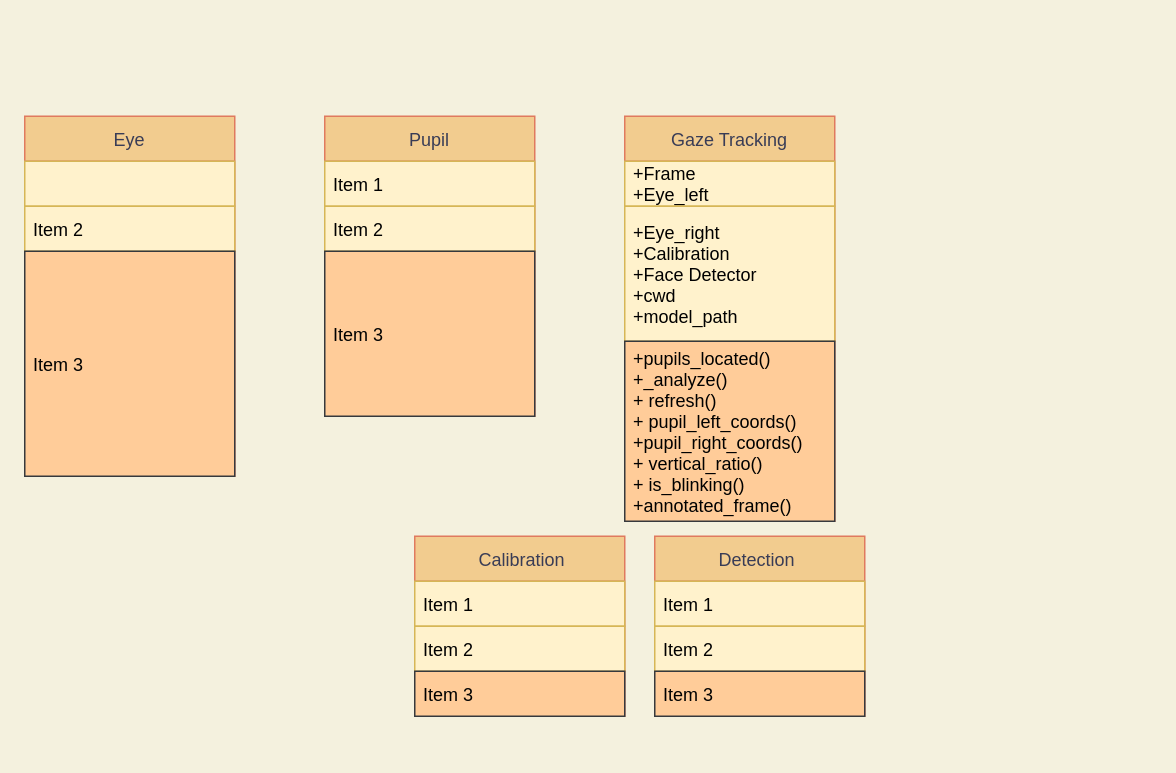
Earlier version of the draw.io diagram Untitled Diagram.drawio (Surawg1/-My-project). Source tidied: cells renumbered, new cells numbered last; positions are measured from the earlier drawing's top-left corner, leaving out a move shared by most shapes. Both pictures are drawn from the tidied source at 150%, with x=0, y=0 at pixel (24, 116).
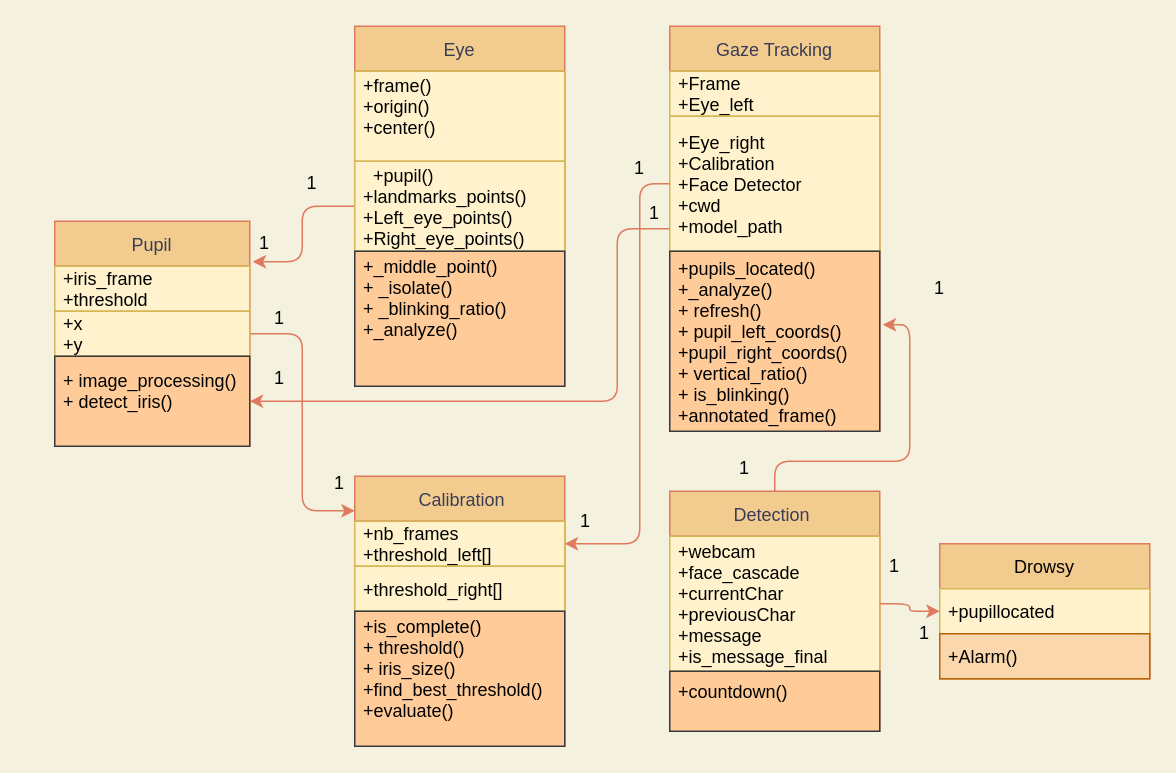
The same diagram, later.

Unchanged cells that the change refers to:
```xml
<mxCell id="12" value="+Eye_right&#10;+Calibration&#10;+Face Detector&#10;+cwd&#10;+model_path" style="text;strokeColor=#d6b656;fillColor=#fff2cc;align=left;verticalAlign=middle;spacingLeft=4;spacingRight=4;overflow=hidden;points=[[0,0.5],[1,0.5]];portConstraint=eastwest;" parent="10" vertex="1">
  <mxGeometry y="60" width="140" height="90" as="geometry" />
</mxCell>
<mxCell id="13" value="+pupils_located()&#10;+_analyze()&#10;+ refresh()&#10;+ pupil_left_coords()&#10;+pupil_right_coords()&#10;+ vertical_ratio()&#10;+ is_blinking()&#10;+annotated_frame()" style="text;strokeColor=#36393d;fillColor=#ffcc99;align=left;verticalAlign=middle;spacingLeft=4;spacingRight=4;overflow=hidden;points=[[0,0.5],[1,0.5]];portConstraint=eastwest;fontColor=#000000;labelBackgroundColor=none;" parent="10" vertex="1">
  <mxGeometry y="150" width="140" height="120" as="geometry" />
</mxCell>
```

The edit, as a diff of the source:
```diff
@@
+    <mxCell id="22" style="edgeStyle=orthogonalEdgeStyle;curved=0;rounded=1;sketch=0;jettySize=auto;html=1;entryX=0;entryY=0.128;entryDx=0;entryDy=0;entryPerimeter=0;fontColor=#000000;strokeColor=#E07A5F;fillColor=#F2CC8F;" parent="1" edge="1" source="2" target="18">
+      <mxGeometry relative="1" as="geometry" />
+    </mxCell>
-    <mxCell id="2" value="Eye" style="swimlane;fontStyle=0;horizontal=1;startSize=30;fillColor=#F2CC8F;strokeColor=#E07A5F;fontColor=#393C56;" parent="1" vertex="1">
-      <mxGeometry width="140" height="240" as="geometry" />
+    <mxCell id="2" value="Pupil" style="swimlane;fontStyle=0;horizontal=1;startSize=30;fillColor=#F2CC8F;strokeColor=#E07A5F;fontColor=#393C56;" parent="1" vertex="1">
+      <mxGeometry x="20" y="70" width="130" height="150" as="geometry" />
     </mxCell>
-    <mxCell id="3" value=" " style="text;strokeColor=#d6b656;fillColor=#fff2cc;align=left;verticalAlign=middle;spacingLeft=4;spacingRight=4;overflow=hidden;points=[[0,0.5],[1,0.5]];portConstraint=eastwest;" parent="2" vertex="1">
-      <mxGeometry y="30" width="140" height="30" as="geometry" />
+    <mxCell id="3" value="+iris_frame&#10;+threshold&#10;" style="text;strokeColor=#d6b656;fillColor=#fff2cc;align=left;verticalAlign=middle;spacingLeft=4;spacingRight=4;overflow=hidden;points=[[0,0.5],[1,0.5]];portConstraint=eastwest;" parent="2" vertex="1">
+      <mxGeometry y="30" width="130" height="30" as="geometry" />
     </mxCell>
-    <mxCell id="4" value="Item 2" style="text;strokeColor=#d6b656;fillColor=#fff2cc;align=left;verticalAlign=middle;spacingLeft=4;spacingRight=4;overflow=hidden;" parent="2" vertex="1">
-      <mxGeometry y="60" width="140" height="30" as="geometry" />
+    <mxCell id="4" value="+x&#10;+y" style="text;strokeColor=#d6b656;fillColor=#fff2cc;align=left;verticalAlign=middle;spacingLeft=4;spacingRight=4;overflow=hidden;" parent="2" vertex="1">
+      <mxGeometry y="60" width="130" height="30" as="geometry" />
     </mxCell>
-    <mxCell id="5" value="Item 3" style="text;strokeColor=#36393d;fillColor=#ffcc99;align=left;verticalAlign=middle;spacingLeft=4;spacingRight=4;overflow=hidden;points=[[0,0.5],[1,0.5]];portConstraint=eastwest;" parent="2" vertex="1">
-      <mxGeometry y="90" width="140" height="150" as="geometry" />
+    <mxCell id="5" value="+ image_processing()&#10;+ detect_iris()&#10;" style="text;strokeColor=#36393d;fillColor=#ffcc99;align=left;verticalAlign=middle;spacingLeft=4;spacingRight=4;overflow=hidden;points=[[0,0.5],[1,0.5]];portConstraint=eastwest;" parent="2" vertex="1">
+      <mxGeometry y="90" width="130" height="60" as="geometry" />
     </mxCell>
+    <mxCell id="23" style="edgeStyle=orthogonalEdgeStyle;curved=0;rounded=1;sketch=0;jettySize=auto;html=1;entryX=1.015;entryY=-0.1;entryDx=0;entryDy=0;entryPerimeter=0;fontColor=#000000;strokeColor=#E07A5F;fillColor=#F2CC8F;" parent="1" edge="1" source="6" target="3">
+      <mxGeometry relative="1" as="geometry" />
+    </mxCell>
-    <mxCell id="6" value="Pupil" style="swimlane;fontStyle=0;horizontal=1;startSize=30;fillColor=#F2CC8F;strokeColor=#E07A5F;fontColor=#393C56;" parent="1" vertex="1">
-      <mxGeometry x="200" width="140" height="200" as="geometry" />
+    <mxCell id="6" value="Eye" style="swimlane;fontStyle=0;horizontal=1;startSize=30;fillColor=#F2CC8F;strokeColor=#E07A5F;fontColor=#393C56;" parent="1" vertex="1">
+      <mxGeometry x="220" y="-60" width="140" height="240" as="geometry" />
     </mxCell>
-    <mxCell id="7" value="Item 1" style="text;strokeColor=#d6b656;fillColor=#fff2cc;align=left;verticalAlign=middle;spacingLeft=4;spacingRight=4;overflow=hidden;" parent="6" vertex="1">
-      <mxGeometry y="30" width="140" height="30" as="geometry" />
+    <mxCell id="7" value="+frame()&#10;+origin()&#10;+center()&#10;" style="text;strokeColor=#d6b656;fillColor=#fff2cc;align=left;verticalAlign=middle;spacingLeft=4;spacingRight=4;overflow=hidden;" parent="6" vertex="1">
+      <mxGeometry y="30" width="140" height="60" as="geometry" />
     </mxCell>
-    <mxCell id="8" value="Item 2" style="text;strokeColor=#d6b656;fillColor=#fff2cc;align=left;verticalAlign=middle;spacingLeft=4;spacingRight=4;overflow=hidden;" parent="6" vertex="1">
-      <mxGeometry y="60" width="140" height="30" as="geometry" />
+    <mxCell id="8" value="  +pupil()&#10;+landmarks_points()&#10;+Left_eye_points()&#10;+Right_eye_points()" style="text;strokeColor=#d6b656;fillColor=#fff2cc;align=left;verticalAlign=middle;spacingLeft=4;spacingRight=4;overflow=hidden;" parent="6" vertex="1">
+      <mxGeometry y="90" width="140" height="60" as="geometry" />
     </mxCell>
-    <mxCell id="9" value="Item 3" style="text;strokeColor=#36393d;fillColor=#ffcc99;align=left;verticalAlign=middle;spacingLeft=4;spacingRight=4;overflow=hidden;" parent="6" vertex="1">
-      <mxGeometry y="90" width="140" height="110" as="geometry" />
+    <mxCell id="9" value="+_middle_point()&#10;+ _isolate()&#10;+ _blinking_ratio()&#10;+_analyze()&#10;&#10;" style="text;strokeColor=#36393d;fillColor=#ffcc99;align=left;verticalAlign=middle;spacingLeft=4;spacingRight=4;overflow=hidden;" parent="6" vertex="1">
+      <mxGeometry y="150" width="140" height="90" as="geometry" />
     </mxCell>
+    <mxCell id="24" style="edgeStyle=orthogonalEdgeStyle;curved=0;rounded=1;sketch=0;jettySize=auto;html=1;fontColor=#000000;strokeColor=#E07A5F;fillColor=#F2CC8F;entryX=1;entryY=0.5;entryDx=0;entryDy=0;" parent="1" edge="1" source="10" target="5">
+      <mxGeometry relative="1" as="geometry">
+        <Array as="points">
+          <mxPoint x="395" y="75" />
+          <mxPoint x="395" y="190" />
+        </Array>
+      </mxGeometry>
+    </mxCell>
     <mxCell id="10" value="Gaze Tracking" style="swimlane;fontStyle=0;horizontal=1;startSize=30;fillColor=#F2CC8F;strokeColor=#E07A5F;fontColor=#393C56;" parent="1" vertex="1">
-      <mxGeometry x="400" width="140" height="270" as="geometry" />
+      <mxGeometry x="430" y="-60" width="140" height="270" as="geometry" />
     </mxCell>
@@
+    <mxCell id="25" style="edgeStyle=orthogonalEdgeStyle;curved=0;rounded=1;sketch=0;jettySize=auto;html=1;entryX=1.014;entryY=0.408;entryDx=0;entryDy=0;entryPerimeter=0;fontColor=#000000;strokeColor=#E07A5F;fillColor=#F2CC8F;" parent="1" edge="1" source="14" target="13">
+      <mxGeometry relative="1" as="geometry" />
+    </mxCell>
     <mxCell id="14" value=" Detection  " style="swimlane;fontStyle=0;horizontal=1;startSize=30;fillColor=#F2CC8F;strokeColor=#E07A5F;fontColor=#393C56;" parent="1" vertex="1">
-      <mxGeometry x="420" y="280" width="140" height="120" as="geometry" />
+      <mxGeometry x="430" y="250" width="140" height="160" as="geometry" />
     </mxCell>
-    <mxCell id="15" value="Item 1" style="text;strokeColor=#d6b656;fillColor=#fff2cc;align=left;verticalAlign=middle;spacingLeft=4;spacingRight=4;overflow=hidden;points=[[0,0.5],[1,0.5]];portConstraint=eastwest;" parent="14" vertex="1">
-      <mxGeometry y="30" width="140" height="30" as="geometry" />
+    <mxCell id="15" value="+webcam&#10;+face_cascade&#10;+currentChar&#10;+previousChar&#10;+message&#10;+is_message_final" style="text;strokeColor=#d6b656;fillColor=#fff2cc;align=left;verticalAlign=middle;spacingLeft=4;spacingRight=4;overflow=hidden;points=[[0,0.5],[1,0.5]];portConstraint=eastwest;" parent="14" vertex="1">
+      <mxGeometry y="30" width="140" height="90" as="geometry" />
     </mxCell>
-    <mxCell id="16" value="Item 2" style="text;strokeColor=#d6b656;fillColor=#fff2cc;align=left;verticalAlign=middle;spacingLeft=4;spacingRight=4;overflow=hidden;" parent="14" vertex="1">
-      <mxGeometry y="60" width="140" height="30" as="geometry" />
+    <mxCell id="16" style="text;strokeColor=#d6b656;fillColor=#fff2cc;align=left;verticalAlign=middle;spacingLeft=4;spacingRight=4;overflow=hidden;" parent="14" vertex="1">
+      <mxGeometry y="120" width="140" as="geometry" />
     </mxCell>
-    <mxCell id="17" value="Item 3" style="text;strokeColor=#36393d;fillColor=#ffcc99;align=left;verticalAlign=middle;spacingLeft=4;spacingRight=4;overflow=hidden;" parent="14" vertex="1">
-      <mxGeometry y="90" width="140" height="30" as="geometry" />
+    <mxCell id="17" value="+countdown()&#10;" style="text;strokeColor=#36393d;fillColor=#ffcc99;align=left;verticalAlign=middle;spacingLeft=4;spacingRight=4;overflow=hidden;" parent="14" vertex="1">
+      <mxGeometry y="120" width="140" height="40" as="geometry" />
     </mxCell>
     <mxCell id="18" value=" Calibration" style="swimlane;fontStyle=0;horizontal=1;startSize=30;fillColor=#F2CC8F;strokeColor=#E07A5F;fontColor=#393C56;" parent="1" vertex="1">
-      <mxGeometry x="260" y="280" width="140" height="120" as="geometry" />
+      <mxGeometry x="220" y="240" width="140" height="180" as="geometry" />
     </mxCell>
-    <mxCell id="19" value="Item 1" style="text;strokeColor=#d6b656;fillColor=#fff2cc;align=left;verticalAlign=middle;spacingLeft=4;spacingRight=4;overflow=hidden;points=[[0,0.5],[1,0.5]];portConstraint=eastwest;" parent="18" vertex="1">
+    <mxCell id="19" value="+nb_frames&#10;+threshold_left[]" style="text;strokeColor=#d6b656;fillColor=#fff2cc;align=left;verticalAlign=middle;spacingLeft=4;spacingRight=4;overflow=hidden;points=[[0,0.5],[1,0.5]];portConstraint=eastwest;" parent="18" vertex="1">
       <mxGeometry y="30" width="140" height="30" as="geometry" />
     </mxCell>
-    <mxCell id="20" value="Item 2" style="text;strokeColor=#d6b656;fillColor=#fff2cc;align=left;verticalAlign=middle;spacingLeft=4;spacingRight=4;overflow=hidden;" parent="18" vertex="1">
+    <mxCell id="20" value="+threshold_right[]" style="text;strokeColor=#d6b656;fillColor=#fff2cc;align=left;verticalAlign=middle;spacingLeft=4;spacingRight=4;overflow=hidden;" parent="18" vertex="1">
       <mxGeometry y="60" width="140" height="30" as="geometry" />
     </mxCell>
-    <mxCell id="21" value="Item 3" style="text;strokeColor=#36393d;fillColor=#ffcc99;align=left;verticalAlign=middle;spacingLeft=4;spacingRight=4;overflow=hidden;" parent="18" vertex="1">
-      <mxGeometry y="90" width="140" height="30" as="geometry" />
+    <mxCell id="21" value="+is_complete()&#10;+ threshold()&#10;+ iris_size()&#10;+find_best_threshold()&#10;+evaluate()&#10;" style="text;strokeColor=#36393d;fillColor=#ffcc99;align=left;verticalAlign=middle;spacingLeft=4;spacingRight=4;overflow=hidden;" parent="18" vertex="1">
+      <mxGeometry y="90" width="140" height="90" as="geometry" />
     </mxCell>
+    <mxCell id="26" value="Drowsy" style="swimlane;fontStyle=0;horizontal=1;startSize=30;rounded=0;labelBackgroundColor=none;sketch=0;fontColor=#000000;strokeColor=#E07A5F;fillColor=#F2CC8F;" parent="1" vertex="1">
+      <mxGeometry x="610" y="285" width="140" height="90" as="geometry" />
+    </mxCell>
+    <mxCell id="27" value="+pupillocated" style="text;strokeColor=#d6b656;fillColor=#fff2cc;align=left;verticalAlign=middle;spacingLeft=4;spacingRight=4;overflow=hidden;rounded=0;labelBackgroundColor=none;sketch=0;" parent="26" vertex="1">
+      <mxGeometry y="30" width="140" height="30" as="geometry" />
+    </mxCell>
+    <mxCell id="28" value="+Alarm()" style="text;strokeColor=#b46504;fillColor=#fad7ac;align=left;verticalAlign=middle;spacingLeft=4;spacingRight=4;overflow=hidden;rounded=0;labelBackgroundColor=none;sketch=0;" parent="26" vertex="1">
+      <mxGeometry y="60" width="140" height="30" as="geometry" />
+    </mxCell>
+    <mxCell id="29" style="edgeStyle=orthogonalEdgeStyle;curved=0;rounded=1;sketch=0;jettySize=auto;html=1;entryX=1;entryY=0.5;entryDx=0;entryDy=0;fontColor=#000000;strokeColor=#E07A5F;fillColor=#F2CC8F;" parent="1" edge="1" source="12" target="19">
+      <mxGeometry relative="1" as="geometry">
+        <Array as="points">
+          <mxPoint x="410" y="45" />
+          <mxPoint x="410" y="285" />
+        </Array>
+      </mxGeometry>
+    </mxCell>
+    <mxCell id="30" style="edgeStyle=orthogonalEdgeStyle;curved=0;rounded=1;sketch=0;jettySize=auto;html=1;fontColor=#000000;strokeColor=#E07A5F;fillColor=#F2CC8F;" parent="1" edge="1" source="15" target="26">
+      <mxGeometry relative="1" as="geometry" />
+    </mxCell>
+    <mxCell id="31" value="1" style="text;html=1;strokeColor=none;fillColor=none;align=center;verticalAlign=middle;whiteSpace=wrap;rounded=0;labelBackgroundColor=none;sketch=0;fontColor=#000000;" parent="1" vertex="1">
+      <mxGeometry x="130" y="70" width="60" height="30" as="geometry" />
+    </mxCell>
+    <mxCell id="32" value="&amp;nbsp;1" style="text;html=1;strokeColor=none;fillColor=none;align=center;verticalAlign=middle;whiteSpace=wrap;rounded=0;labelBackgroundColor=none;sketch=0;fontColor=#000000;" parent="1" vertex="1">
+      <mxGeometry x="160" y="30" width="60" height="30" as="geometry" />
+    </mxCell>
+    <mxCell id="33" value="1" style="text;html=1;strokeColor=none;fillColor=none;align=center;verticalAlign=middle;whiteSpace=wrap;rounded=0;labelBackgroundColor=none;sketch=0;fontColor=#000000;" parent="1" vertex="1">
+      <mxGeometry x="180" y="230" width="60" height="30" as="geometry" />
+    </mxCell>
+    <mxCell id="34" value="1" style="text;html=1;strokeColor=none;fillColor=none;align=center;verticalAlign=middle;whiteSpace=wrap;rounded=0;labelBackgroundColor=none;sketch=0;fontColor=#000000;" parent="1" vertex="1">
+      <mxGeometry x="140" y="120" width="60" height="30" as="geometry" />
+    </mxCell>
+    <mxCell id="35" value="1" style="text;html=1;strokeColor=none;fillColor=none;align=center;verticalAlign=middle;whiteSpace=wrap;rounded=0;labelBackgroundColor=none;sketch=0;fontColor=#000000;" parent="1" vertex="1">
+      <mxGeometry x="380" y="20" width="60" height="30" as="geometry" />
+    </mxCell>
+    <mxCell id="36" value="1" style="text;html=1;strokeColor=none;fillColor=none;align=center;verticalAlign=middle;whiteSpace=wrap;rounded=0;labelBackgroundColor=none;sketch=0;fontColor=#000000;" parent="1" vertex="1">
+      <mxGeometry x="390" y="50" width="60" height="30" as="geometry" />
+    </mxCell>
+    <mxCell id="37" value="1" style="text;html=1;strokeColor=none;fillColor=none;align=center;verticalAlign=middle;whiteSpace=wrap;rounded=0;labelBackgroundColor=none;sketch=0;fontColor=#000000;" parent="1" vertex="1">
+      <mxGeometry x="344" y="255" width="60" height="30" as="geometry" />
+    </mxCell>
+    <mxCell id="38" value="1" style="text;html=1;strokeColor=none;fillColor=none;align=center;verticalAlign=middle;whiteSpace=wrap;rounded=0;labelBackgroundColor=none;sketch=0;fontColor=#000000;" parent="1" vertex="1">
+      <mxGeometry x="140" y="160" width="60" height="30" as="geometry" />
+    </mxCell>
+    <mxCell id="39" value="1" style="text;html=1;strokeColor=none;fillColor=none;align=center;verticalAlign=middle;whiteSpace=wrap;rounded=0;labelBackgroundColor=none;sketch=0;fontColor=#000000;" parent="1" vertex="1">
+      <mxGeometry x="450" y="220" width="60" height="30" as="geometry" />
+    </mxCell>
+    <mxCell id="40" value="1" style="text;html=1;strokeColor=none;fillColor=none;align=center;verticalAlign=middle;whiteSpace=wrap;rounded=0;labelBackgroundColor=none;sketch=0;fontColor=#000000;" parent="1" vertex="1">
+      <mxGeometry x="580" y="100" width="60" height="30" as="geometry" />
+    </mxCell>
+    <mxCell id="41" value="1" style="text;html=1;strokeColor=none;fillColor=none;align=center;verticalAlign=middle;whiteSpace=wrap;rounded=0;labelBackgroundColor=none;sketch=0;fontColor=#000000;" parent="1" vertex="1">
+      <mxGeometry x="550" y="285" width="60" height="30" as="geometry" />
+    </mxCell>
+    <mxCell id="42" value="1" style="text;html=1;strokeColor=none;fillColor=none;align=center;verticalAlign=middle;whiteSpace=wrap;rounded=0;labelBackgroundColor=none;sketch=0;fontColor=#000000;" parent="1" vertex="1">
+      <mxGeometry x="570" y="330" width="60" height="30" as="geometry" />
+    </mxCell>
```
